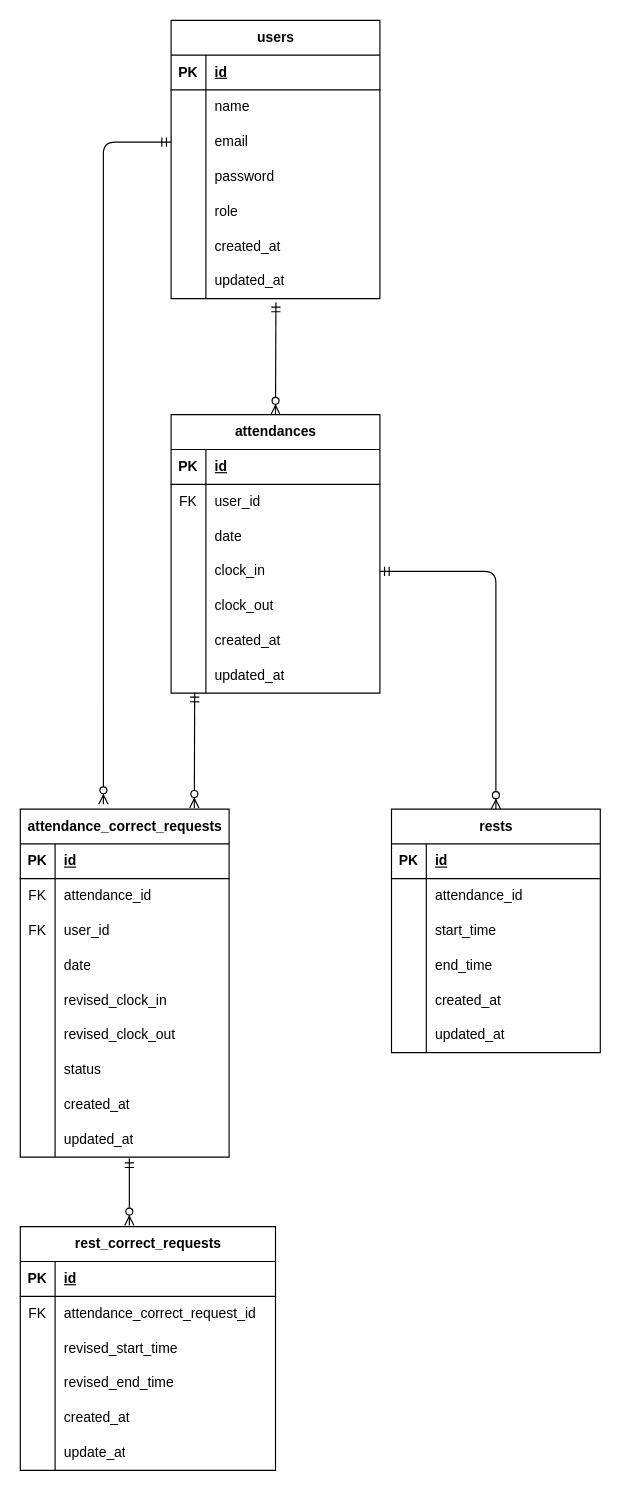
This is test.drawio from kblueblue66-cell/coachtech-mockcase-2, a draw.io file, before an edit. Source tidied: cells renumbered, new cells numbered last; positions are measured from the earlier drawing's top-left corner, leaving out a move shared by most shapes. Both pictures are drawn from the tidied source at 116%, with x=0, y=0 at pixel (20, 20).
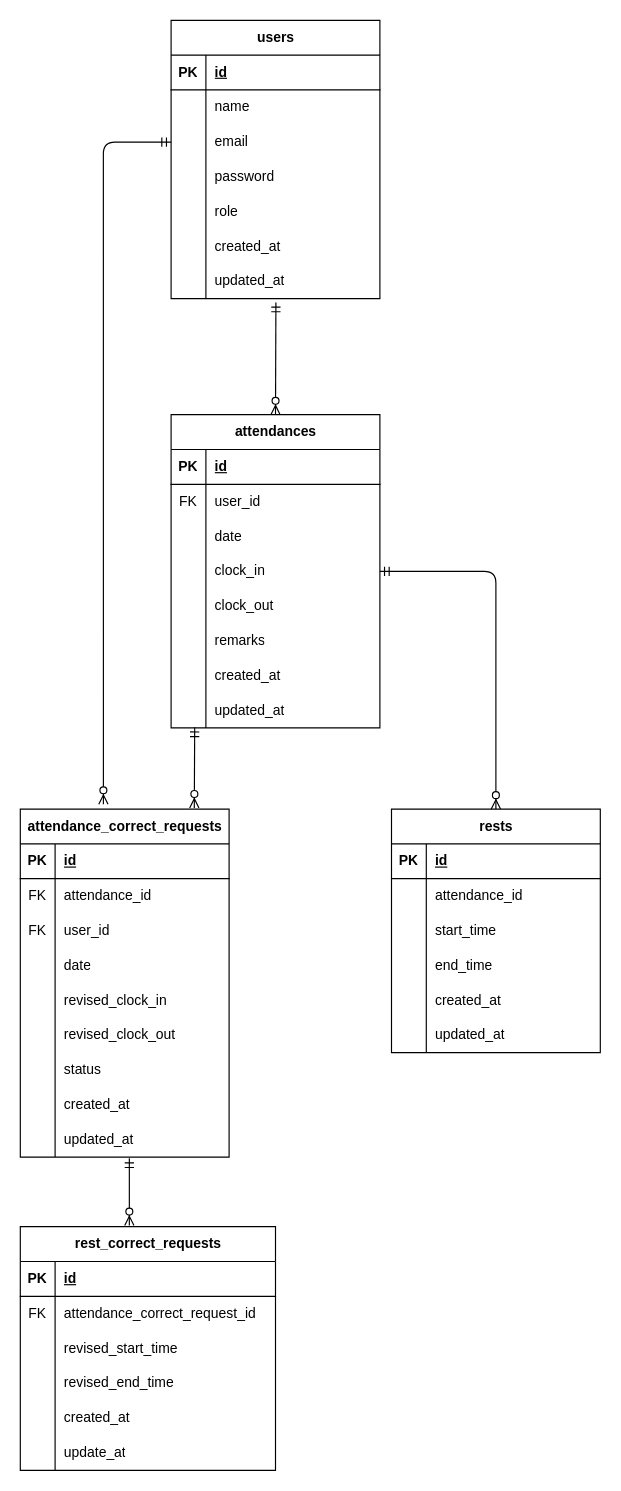
The same diagram, later.

The edit, as a diff of the source:
```diff
@@
     <mxCell id="24" value="attendances" style="shape=table;startSize=30;childLayout=tableLayout;rowLines=0;fontStyle=1;align=center;html=1;" parent="1" vertex="1">
-      <mxGeometry x="130" y="340" width="180" height="240" as="geometry" />
+      <mxGeometry x="130" y="340" width="180" height="270" as="geometry" />
     </mxCell>
@@
+    <mxCell id="117" style="shape=tableRow;horizontal=0;startSize=0;swimlaneHead=0;swimlaneBody=0;fillColor=none;top=0;left=0;right=0;bottom=0;" parent="24" vertex="1">
+      <mxGeometry y="180" width="180" height="30" as="geometry" />
+    </mxCell>
+    <mxCell id="118" style="shape=partialRectangle;fillColor=none;top=0;left=0;bottom=0;right=0;overflow=hidden;whiteSpace=wrap;html=1;" parent="117" vertex="1">
+      <mxGeometry width="30" height="30" as="geometry" />
+    </mxCell>
+    <mxCell id="119" value="remarks" style="shape=partialRectangle;fillColor=none;top=0;left=0;bottom=0;right=0;align=left;spacingLeft=6;overflow=hidden;whiteSpace=wrap;html=1;" parent="117" vertex="1">
+      <mxGeometry x="30" width="150" height="30" as="geometry" />
+    </mxCell>
     <mxCell id="40" style="shape=tableRow;horizontal=0;startSize=0;swimlaneHead=0;swimlaneBody=0;fillColor=none;top=0;left=0;right=0;bottom=0;" parent="24" vertex="1">
-      <mxGeometry y="180" width="180" height="30" as="geometry" />
+      <mxGeometry y="210" width="180" height="30" as="geometry" />
     </mxCell>
@@
     <mxCell id="43" style="shape=tableRow;horizontal=0;startSize=0;swimlaneHead=0;swimlaneBody=0;fillColor=none;points=[[0,0.5],[1,0.5]];portConstraint=eastwest;top=0;left=0;right=0;bottom=0;" parent="24" vertex="1">
-      <mxGeometry y="210" width="180" height="30" as="geometry" />
+      <mxGeometry y="240" width="180" height="30" as="geometry" />
     </mxCell>
```
